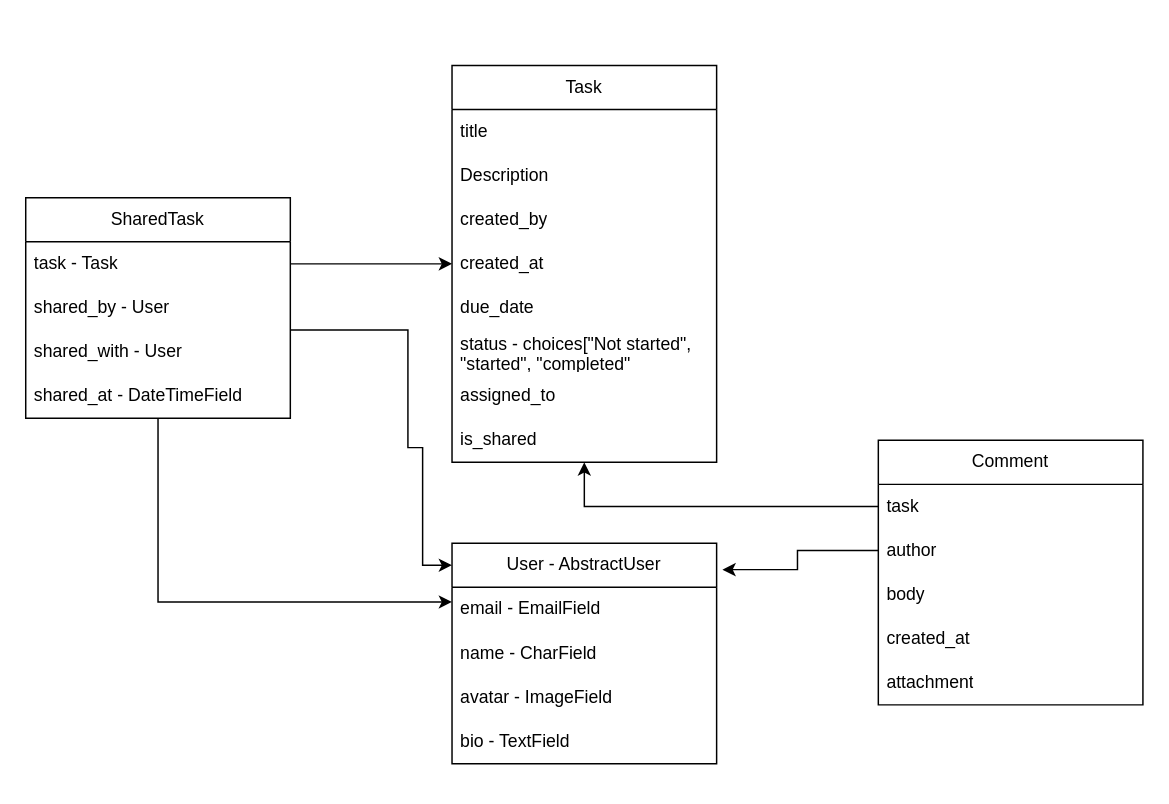
Before: src/db_schema.drawio in ChristosHadjigeorghiou1996/DjangoTaskManagement, a draw.io diagram. Source tidied: cells renumbered, new cells numbered last; positions are measured from the earlier drawing's top-left corner, leaving out a move shared by most shapes. Both pictures are drawn from the tidied source at 147%, with x=0, y=0 at pixel (25, 65).
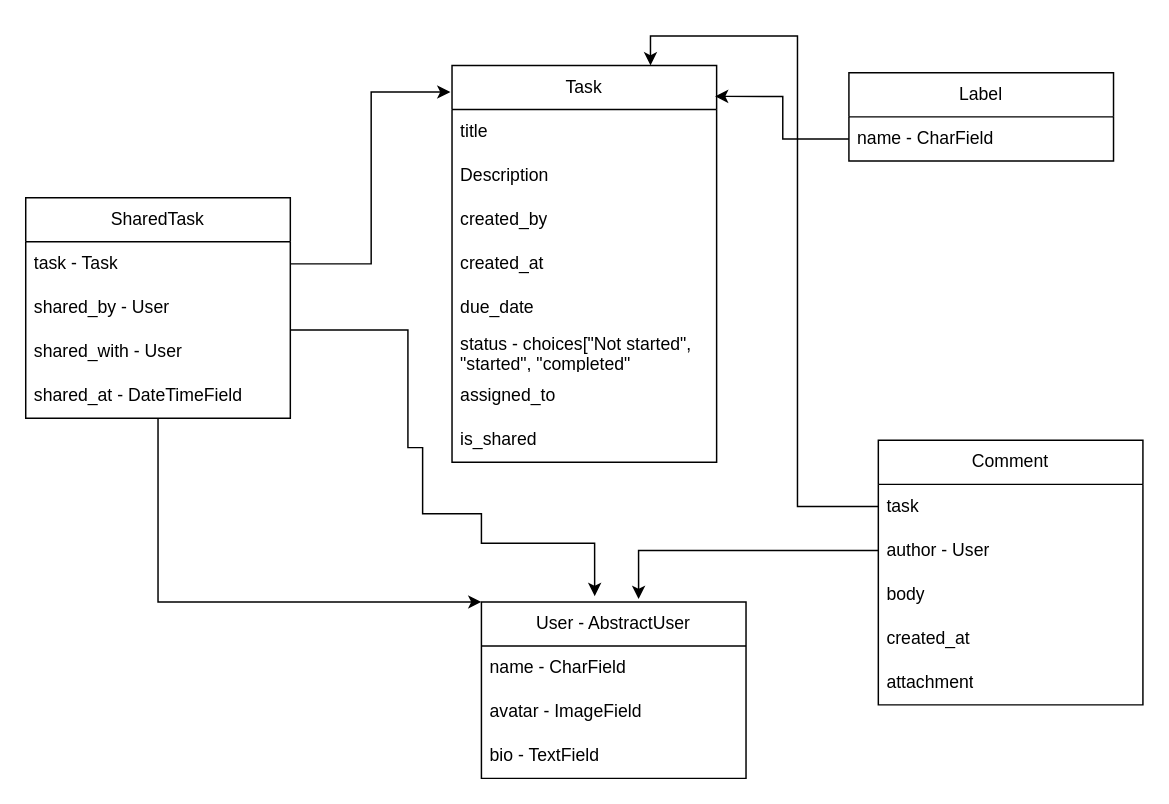
The same diagram, later.

The change refers to these unchanged cells:
```xml
<mxCell id="2" value="Task" style="swimlane;fontStyle=0;horizontal=1;startSize=30;whiteSpace=wrap;html=1;" parent="1" vertex="1">
  <mxGeometry x="290" width="180" height="270" as="geometry" />
</mxCell>
<mxCell id="11" value="Comment" style="swimlane;fontStyle=0;horizontal=1;startSize=30;whiteSpace=wrap;html=1;" parent="1" vertex="1">
  <mxGeometry x="580" y="255" width="180" height="180" as="geometry" />
</mxCell>
<mxCell id="12" value="task" style="text;strokeColor=none;fillColor=none;align=left;verticalAlign=middle;spacingLeft=4;spacingRight=4;overflow=hidden;points=[[0,0.5],[1,0.5]];portConstraint=eastwest;whiteSpace=wrap;html=1;" parent="11" vertex="1">
  <mxGeometry y="30" width="180" height="30" as="geometry" />
</mxCell>
<mxCell id="18" value="task - Task" style="text;strokeColor=none;fillColor=none;align=left;verticalAlign=middle;spacingLeft=4;spacingRight=4;overflow=hidden;points=[[0,0.5],[1,0.5]];portConstraint=eastwest;whiteSpace=wrap;html=1;" parent="17" vertex="1">
  <mxGeometry y="30" width="180" height="30" as="geometry" />
</mxCell>
<mxCell id="20" value="shared_with - User" style="text;strokeColor=none;fillColor=none;align=left;verticalAlign=middle;spacingLeft=4;spacingRight=4;overflow=hidden;points=[[0,0.5],[1,0.5]];portConstraint=eastwest;whiteSpace=wrap;html=1;" parent="17" vertex="1">
  <mxGeometry y="90" width="180" height="30" as="geometry" />
</mxCell>
```

Diff of the diagram source:
```diff
@@
-    <mxCell id="13" value="author" style="text;strokeColor=none;fillColor=none;align=left;verticalAlign=middle;spacingLeft=4;spacingRight=4;overflow=hidden;points=[[0,0.5],[1,0.5]];portConstraint=eastwest;whiteSpace=wrap;html=1;" parent="11" vertex="1">
+    <mxCell id="13" value="author - User&lt;br&gt;" style="text;strokeColor=none;fillColor=none;align=left;verticalAlign=middle;spacingLeft=4;spacingRight=4;overflow=hidden;points=[[0,0.5],[1,0.5]];portConstraint=eastwest;whiteSpace=wrap;html=1;" parent="11" vertex="1">
       <mxGeometry y="60" width="180" height="30" as="geometry" />
     </mxCell>
@@
     <mxCell id="22" value="User - AbstractUser" style="swimlane;fontStyle=0;horizontal=1;startSize=30;whiteSpace=wrap;html=1;" parent="1" vertex="1">
-      <mxGeometry x="290" y="325" width="180" height="150" as="geometry" />
+      <mxGeometry x="310" y="365" width="180" height="120" as="geometry" />
     </mxCell>
-    <mxCell id="23" value="email - EmailField" style="text;strokeColor=none;fillColor=none;align=left;verticalAlign=middle;spacingLeft=4;spacingRight=4;overflow=hidden;whiteSpace=wrap;html=1;" parent="22" vertex="1">
-      <mxGeometry y="30" width="180" height="30" as="geometry" />
-    </mxCell>
     <mxCell id="24" value="name - CharField" style="text;strokeColor=none;fillColor=none;align=left;verticalAlign=middle;spacingLeft=4;spacingRight=4;overflow=hidden;whiteSpace=wrap;html=1;" parent="22" vertex="1">
-      <mxGeometry y="60" width="180" height="30" as="geometry" />
+      <mxGeometry y="30" width="180" height="30" as="geometry" />
     </mxCell>
     <mxCell id="25" value="avatar - ImageField" style="text;strokeColor=none;fillColor=none;align=left;verticalAlign=middle;spacingLeft=4;spacingRight=4;overflow=hidden;whiteSpace=wrap;html=1;" parent="22" vertex="1">
-      <mxGeometry y="90" width="180" height="30" as="geometry" />
+      <mxGeometry y="60" width="180" height="30" as="geometry" />
     </mxCell>
     <mxCell id="26" value="bio - TextField" style="text;strokeColor=none;fillColor=none;align=left;verticalAlign=middle;spacingLeft=4;spacingRight=4;overflow=hidden;whiteSpace=wrap;html=1;" parent="22" vertex="1">
-      <mxGeometry y="120" width="180" height="30" as="geometry" />
+      <mxGeometry y="90" width="180" height="30" as="geometry" />
     </mxCell>
-    <mxCell id="27" style="edgeStyle=orthogonalEdgeStyle;rounded=0;jettySize=auto;html=1;" parent="1" edge="1" source="18" target="2">
+    <mxCell id="27" style="edgeStyle=orthogonalEdgeStyle;rounded=0;jettySize=auto;html=1;entryX=-0.006;entryY=0.067;entryDx=0;entryDy=0;entryPerimeter=0;" parent="1" edge="1" source="18" target="2">
       <mxGeometry relative="1" as="geometry" />
     </mxCell>
@@
-    <mxCell id="29" style="edgeStyle=orthogonalEdgeStyle;rounded=0;jettySize=auto;html=1;entryX=0;entryY=0.1;entryDx=0;entryDy=0;entryPerimeter=0;" parent="1" edge="1" source="20" target="22">
+    <mxCell id="29" style="edgeStyle=orthogonalEdgeStyle;rounded=0;jettySize=auto;html=1;entryX=0.428;entryY=-0.033;entryDx=0;entryDy=0;entryPerimeter=0;" parent="1" edge="1" source="20" target="22">
       <mxGeometry relative="1" as="geometry">
         <Array as="points">
           <mxPoint x="260" y="180" />
           <mxPoint x="260" y="260" />
           <mxPoint x="270" y="260" />
-          <mxPoint x="270" y="340" />
+          <mxPoint x="270" y="305" />
+          <mxPoint x="310" y="305" />
+          <mxPoint x="310" y="325" />
+          <mxPoint x="387" y="325" />
         </Array>
       </mxGeometry>
     </mxCell>
-    <mxCell id="30" style="edgeStyle=orthogonalEdgeStyle;rounded=0;jettySize=auto;html=1;" parent="1" edge="1" source="12" target="2">
+    <mxCell id="30" style="edgeStyle=orthogonalEdgeStyle;rounded=0;jettySize=auto;html=1;entryX=0.75;entryY=0;entryDx=0;entryDy=0;" parent="1" edge="1" source="12" target="2">
       <mxGeometry relative="1" as="geometry" />
     </mxCell>
+    <mxCell id="32" value="Label" style="swimlane;fontStyle=0;horizontal=1;startSize=30;whiteSpace=wrap;html=1;" parent="1" vertex="1">
+      <mxGeometry x="560" y="5" width="180" height="60" as="geometry" />
+    </mxCell>
+    <mxCell id="33" value="name - CharField" style="text;strokeColor=none;fillColor=none;align=left;verticalAlign=middle;spacingLeft=4;spacingRight=4;overflow=hidden;points=[[0,0.5],[1,0.5]];portConstraint=eastwest;whiteSpace=wrap;html=1;" parent="32" vertex="1">
+      <mxGeometry y="30" width="180" height="30" as="geometry" />
+    </mxCell>
+    <mxCell id="34" style="edgeStyle=orthogonalEdgeStyle;rounded=0;jettySize=auto;html=1;entryX=0.994;entryY=0.078;entryDx=0;entryDy=0;entryPerimeter=0;" parent="1" edge="1" source="33" target="2">
+      <mxGeometry relative="1" as="geometry" />
+    </mxCell>
-    <mxCell id="31" style="edgeStyle=orthogonalEdgeStyle;rounded=0;jettySize=auto;html=1;entryX=1.022;entryY=0.12;entryDx=0;entryDy=0;entryPerimeter=0;" parent="1" edge="1" source="13" target="22">
+    <mxCell id="31" style="edgeStyle=orthogonalEdgeStyle;rounded=0;jettySize=auto;html=1;entryX=0.594;entryY=-0.017;entryDx=0;entryDy=0;entryPerimeter=0;" parent="1" edge="1" source="13" target="22">
       <mxGeometry relative="1" as="geometry" />
     </mxCell>
```
